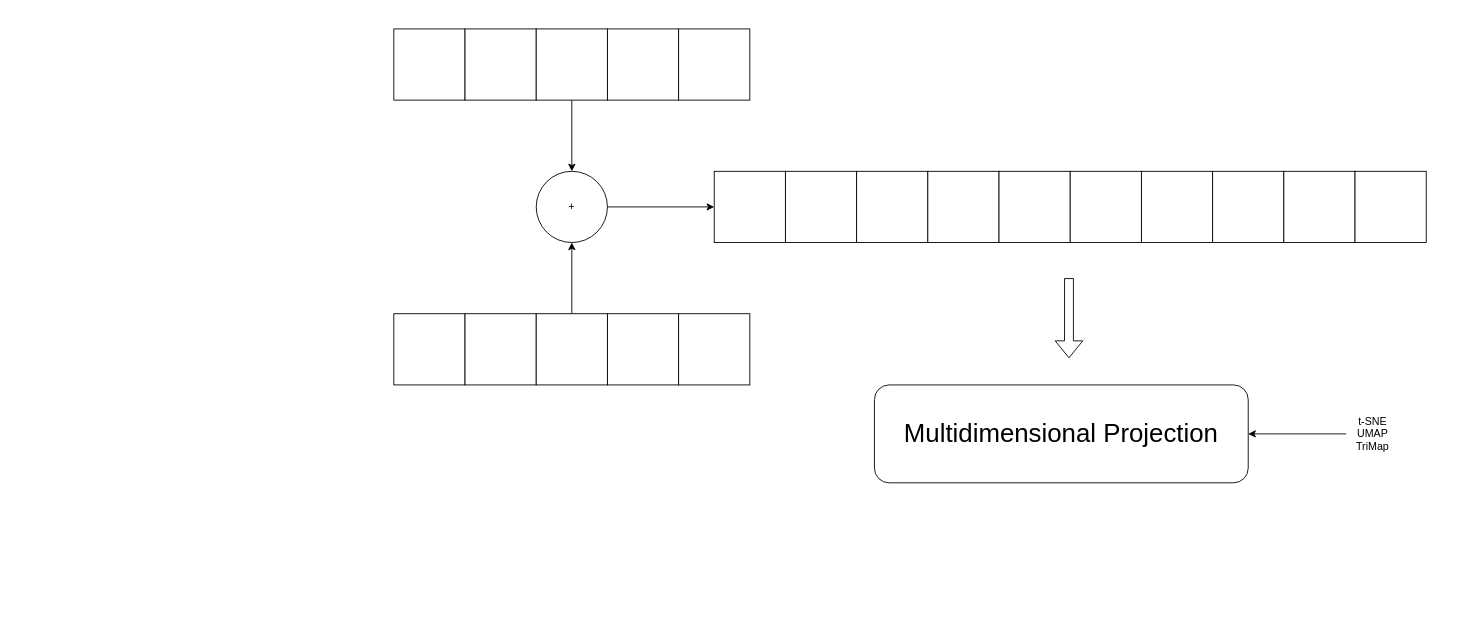
The draw.io diagram projection.drawio in viniciusrpb/drawio_flowcharts, before the edit. Source tidied: cells renumbered, new cells numbered last; positions are measured from the earlier drawing's top-left corner, leaving out a move shared by most shapes. Both pictures are drawn from the tidied source at 89%, with x=0, y=0 at pixel (393, 28).
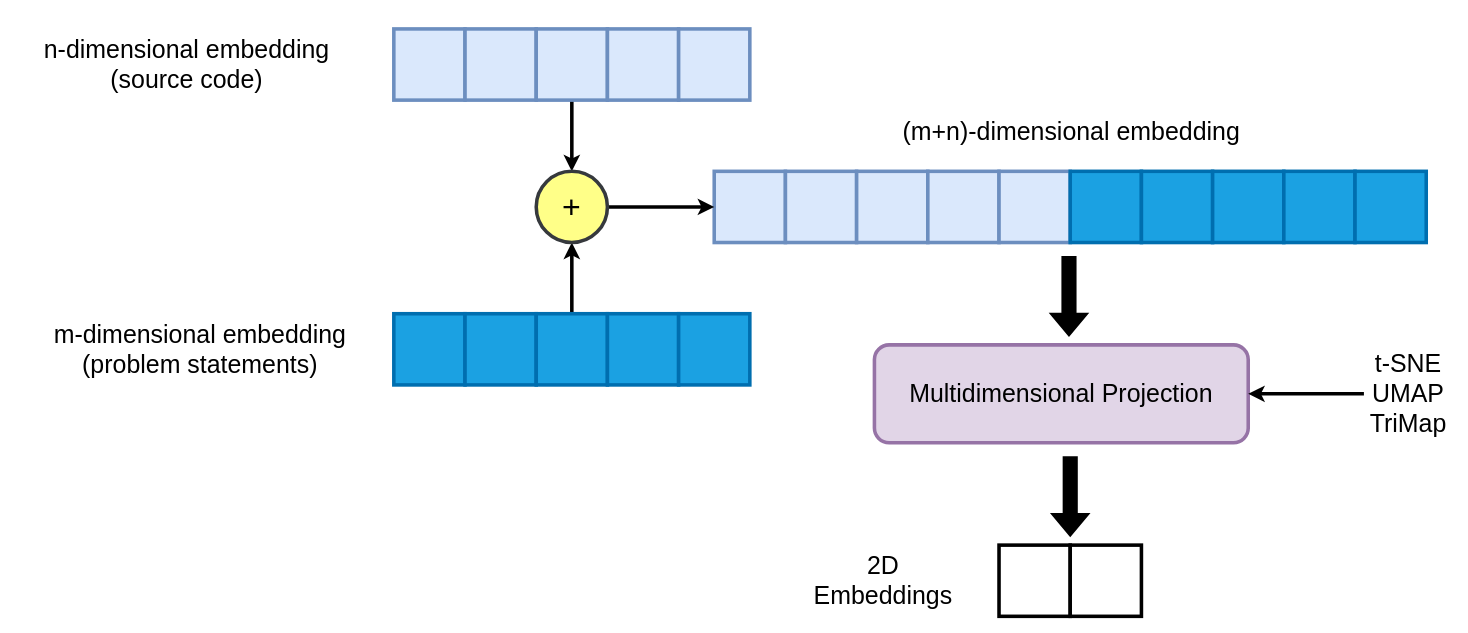
Above is the later version.

Change to the diagram source:
```diff
@@
-    <mxCell id="2" style="whiteSpace=wrap;html=1;" parent="1" vertex="1">
+    <mxCell id="2" style="whiteSpace=wrap;html=1;strokeWidth=4;fillColor=#dae8fc;strokeColor=#6c8ebf;" parent="1" vertex="1">
       <mxGeometry width="80" height="80" as="geometry" />
     </mxCell>
-    <mxCell id="3" style="whiteSpace=wrap;html=1;" parent="1" vertex="1">
+    <mxCell id="3" style="whiteSpace=wrap;html=1;strokeWidth=4;fillColor=#dae8fc;strokeColor=#6c8ebf;" parent="1" vertex="1">
       <mxGeometry x="80" width="80" height="80" as="geometry" />
     </mxCell>
-    <mxCell id="4" style="edgeStyle=orthogonalEdgeStyle;rounded=0;jettySize=auto;html=1;" parent="1" edge="1" source="5" target="20">
+    <mxCell id="4" style="edgeStyle=orthogonalEdgeStyle;rounded=0;jettySize=auto;html=1;strokeWidth=4;" parent="1" edge="1" source="5" target="20">
       <mxGeometry relative="1" as="geometry" />
     </mxCell>
-    <mxCell id="5" style="whiteSpace=wrap;html=1;" parent="1" vertex="1">
+    <mxCell id="5" style="whiteSpace=wrap;html=1;strokeWidth=4;fillColor=#dae8fc;strokeColor=#6c8ebf;" parent="1" vertex="1">
       <mxGeometry x="160" width="80" height="80" as="geometry" />
     </mxCell>
-    <mxCell id="6" style="whiteSpace=wrap;html=1;" parent="1" vertex="1">
+    <mxCell id="6" style="whiteSpace=wrap;html=1;strokeWidth=4;fillColor=#dae8fc;strokeColor=#6c8ebf;" parent="1" vertex="1">
       <mxGeometry x="240" width="80" height="80" as="geometry" />
     </mxCell>
-    <mxCell id="7" style="whiteSpace=wrap;html=1;" parent="1" vertex="1">
+    <mxCell id="7" style="whiteSpace=wrap;html=1;strokeWidth=4;fillColor=#dae8fc;strokeColor=#6c8ebf;" parent="1" vertex="1">
       <mxGeometry x="320" width="80" height="80" as="geometry" />
     </mxCell>
-    <mxCell id="8" style="whiteSpace=wrap;html=1;" parent="1" vertex="1">
+    <mxCell id="8" style="whiteSpace=wrap;html=1;strokeWidth=4;fillColor=#1ba1e2;fontColor=#ffffff;strokeColor=#006EAF;" parent="1" vertex="1">
       <mxGeometry y="320" width="80" height="80" as="geometry" />
     </mxCell>
-    <mxCell id="9" style="whiteSpace=wrap;html=1;" parent="1" vertex="1">
+    <mxCell id="9" style="whiteSpace=wrap;html=1;strokeWidth=4;fillColor=#1ba1e2;fontColor=#ffffff;strokeColor=#006EAF;" parent="1" vertex="1">
       <mxGeometry x="80" y="320" width="80" height="80" as="geometry" />
     </mxCell>
-    <mxCell id="10" style="edgeStyle=orthogonalEdgeStyle;rounded=0;jettySize=auto;html=1;entryX=0.5;entryY=1;entryDx=0;entryDy=0;" parent="1" edge="1" source="11" target="20">
+    <mxCell id="10" style="edgeStyle=orthogonalEdgeStyle;rounded=0;jettySize=auto;html=1;entryX=0.5;entryY=1;entryDx=0;entryDy=0;strokeWidth=4;" parent="1" edge="1" source="11" target="20">
       <mxGeometry relative="1" as="geometry" />
     </mxCell>
-    <mxCell id="11" style="whiteSpace=wrap;html=1;" parent="1" vertex="1">
+    <mxCell id="11" style="whiteSpace=wrap;html=1;strokeWidth=4;fillColor=#1ba1e2;fontColor=#ffffff;strokeColor=#006EAF;" parent="1" vertex="1">
       <mxGeometry x="160" y="320" width="80" height="80" as="geometry" />
     </mxCell>
-    <mxCell id="12" style="whiteSpace=wrap;html=1;" parent="1" vertex="1">
+    <mxCell id="12" style="whiteSpace=wrap;html=1;strokeWidth=4;fillColor=#1ba1e2;fontColor=#ffffff;strokeColor=#006EAF;" parent="1" vertex="1">
       <mxGeometry x="240" y="320" width="80" height="80" as="geometry" />
     </mxCell>
-    <mxCell id="13" style="whiteSpace=wrap;html=1;" parent="1" vertex="1">
+    <mxCell id="13" style="whiteSpace=wrap;html=1;strokeWidth=4;fillColor=#1ba1e2;fontColor=#ffffff;strokeColor=#006EAF;" parent="1" vertex="1">
       <mxGeometry x="320" y="320" width="80" height="80" as="geometry" />
     </mxCell>
-    <mxCell id="14" style="whiteSpace=wrap;html=1;" parent="1" vertex="1">
+    <mxCell id="14" style="whiteSpace=wrap;html=1;strokeWidth=4;fillColor=#dae8fc;strokeColor=#6c8ebf;" parent="1" vertex="1">
       <mxGeometry x="360" y="160" width="80" height="80" as="geometry" />
     </mxCell>
-    <mxCell id="15" style="whiteSpace=wrap;html=1;" parent="1" vertex="1">
+    <mxCell id="15" style="whiteSpace=wrap;html=1;strokeWidth=4;fillColor=#dae8fc;strokeColor=#6c8ebf;" parent="1" vertex="1">
       <mxGeometry x="440" y="160" width="80" height="80" as="geometry" />
     </mxCell>
-    <mxCell id="16" style="whiteSpace=wrap;html=1;" parent="1" vertex="1">
+    <mxCell id="16" style="whiteSpace=wrap;html=1;strokeWidth=4;fillColor=#dae8fc;strokeColor=#6c8ebf;" parent="1" vertex="1">
       <mxGeometry x="520" y="160" width="80" height="80" as="geometry" />
     </mxCell>
-    <mxCell id="17" style="whiteSpace=wrap;html=1;" parent="1" vertex="1">
+    <mxCell id="17" style="whiteSpace=wrap;html=1;strokeWidth=4;fillColor=#dae8fc;strokeColor=#6c8ebf;" parent="1" vertex="1">
       <mxGeometry x="600" y="160" width="80" height="80" as="geometry" />
     </mxCell>
-    <mxCell id="18" style="whiteSpace=wrap;html=1;" parent="1" vertex="1">
+    <mxCell id="18" style="whiteSpace=wrap;html=1;strokeWidth=4;fillColor=#dae8fc;strokeColor=#6c8ebf;" parent="1" vertex="1">
       <mxGeometry x="680" y="160" width="80" height="80" as="geometry" />
     </mxCell>
-    <mxCell id="19" style="edgeStyle=orthogonalEdgeStyle;rounded=0;jettySize=auto;html=1;entryX=0;entryY=0.5;entryDx=0;entryDy=0;" parent="1" edge="1" source="20" target="14">
+    <mxCell id="19" style="edgeStyle=orthogonalEdgeStyle;rounded=0;jettySize=auto;html=1;entryX=0;entryY=0.5;entryDx=0;entryDy=0;strokeWidth=4;" parent="1" edge="1" source="20" target="14">
       <mxGeometry relative="1" as="geometry" />
     </mxCell>
-    <mxCell id="20" value="+" style="ellipse;whiteSpace=wrap;html=1;shapeInside=1;" parent="1" vertex="1">
+    <mxCell id="20" value="+" style="ellipse;whiteSpace=wrap;html=1;shapeInside=1;strokeWidth=4;fillColor=#ffff88;strokeColor=#36393d;fontSize=36;" parent="1" vertex="1">
       <mxGeometry x="160" y="160" width="80" height="80" as="geometry" />
     </mxCell>
-    <mxCell id="21" style="whiteSpace=wrap;html=1;" parent="1" vertex="1">
+    <mxCell id="21" style="whiteSpace=wrap;html=1;strokeWidth=4;fillColor=#1ba1e2;fontColor=#ffffff;strokeColor=#006EAF;" parent="1" vertex="1">
       <mxGeometry x="760" y="160" width="80" height="80" as="geometry" />
     </mxCell>
-    <mxCell id="22" style="whiteSpace=wrap;html=1;" parent="1" vertex="1">
+    <mxCell id="22" style="whiteSpace=wrap;html=1;strokeWidth=4;fillColor=#1ba1e2;fontColor=#ffffff;strokeColor=#006EAF;" parent="1" vertex="1">
       <mxGeometry x="840" y="160" width="80" height="80" as="geometry" />
     </mxCell>
-    <mxCell id="23" style="whiteSpace=wrap;html=1;" parent="1" vertex="1">
+    <mxCell id="23" style="whiteSpace=wrap;html=1;strokeWidth=4;fillColor=#1ba1e2;fontColor=#ffffff;strokeColor=#006EAF;" parent="1" vertex="1">
       <mxGeometry x="920" y="160" width="80" height="80" as="geometry" />
     </mxCell>
-    <mxCell id="24" style="whiteSpace=wrap;html=1;" parent="1" vertex="1">
+    <mxCell id="24" style="whiteSpace=wrap;html=1;strokeWidth=4;fillColor=#1ba1e2;fontColor=#ffffff;strokeColor=#006EAF;" parent="1" vertex="1">
       <mxGeometry x="1000" y="160" width="80" height="80" as="geometry" />
     </mxCell>
-    <mxCell id="25" style="whiteSpace=wrap;html=1;" parent="1" vertex="1">
+    <mxCell id="25" style="whiteSpace=wrap;html=1;strokeWidth=4;fillColor=#1ba1e2;fontColor=#ffffff;strokeColor=#006EAF;" parent="1" vertex="1">
       <mxGeometry x="1080" y="160" width="80" height="80" as="geometry" />
     </mxCell>
-    <mxCell id="26" style="shape=flexArrow;endArrow=classic;html=1;rounded=0;" parent="1" edge="1">
+    <mxCell id="26" style="shape=flexArrow;endArrow=classic;html=1;rounded=0;strokeWidth=4;fillColor=#000000;" parent="1" edge="1">
       <mxGeometry relative="1" as="geometry">
-        <mxPoint x="758.6" y="280" as="sourcePoint" />
-        <mxPoint x="758.6" y="370" as="targetPoint" />
+        <mxPoint x="758.6" y="255" as="sourcePoint" />
+        <mxPoint x="758.6" y="345" as="targetPoint" />
       </mxGeometry>
     </mxCell>
-    <mxCell id="27" value="Multidimensional Projection" style="rounded=1;whiteSpace=wrap;html=1;fontSize=29;" parent="1" vertex="1">
-      <mxGeometry x="540" y="400" width="420" height="110" as="geometry" />
+    <mxCell id="27" value="&lt;font style=&quot;font-size: 28px;&quot;&gt;Multidimensional Projection&lt;/font&gt;" style="rounded=1;whiteSpace=wrap;html=1;fontSize=29;strokeWidth=4;fillColor=#e1d5e7;strokeColor=#9673a6;" parent="1" vertex="1">
+      <mxGeometry x="540" y="355" width="420" height="110" as="geometry" />
     </mxCell>
-    <mxCell id="28" style="edgeStyle=orthogonalEdgeStyle;rounded=0;jettySize=auto;html=1;entryX=1;entryY=0.5;entryDx=0;entryDy=0;" parent="1" edge="1" source="29" target="27">
+    <mxCell id="28" style="edgeStyle=orthogonalEdgeStyle;rounded=0;jettySize=auto;html=1;entryX=1;entryY=0.5;entryDx=0;entryDy=0;strokeWidth=4;" parent="1" edge="1" source="29" target="27">
       <mxGeometry relative="1" as="geometry" />
     </mxCell>
-    <mxCell id="29" value="t-SNE&lt;div&gt;UMAP&lt;/div&gt;&lt;div&gt;TriMap&lt;/div&gt;" style="text;html=1;whiteSpace=wrap;strokeColor=none;fillColor=none;align=center;verticalAlign=middle;rounded=0;" parent="1" vertex="1">
-      <mxGeometry x="1070" y="410" width="60" height="90" as="geometry" />
+    <mxCell id="29" value="t-SNE&lt;div&gt;UMAP&lt;/div&gt;&lt;div&gt;TriMap&lt;/div&gt;" style="text;html=1;whiteSpace=wrap;strokeColor=none;fillColor=none;align=center;verticalAlign=middle;rounded=0;fontSize=28;strokeWidth=4;" parent="1" vertex="1">
+      <mxGeometry x="1090" y="350" width="100" height="120" as="geometry" />
     </mxCell>
+    <mxCell id="30" style="shape=flexArrow;endArrow=classic;html=1;rounded=0;strokeWidth=4;fillColor=#000000;" parent="1" edge="1">
+      <mxGeometry relative="1" as="geometry">
+        <mxPoint x="760" y="480" as="sourcePoint" />
+        <mxPoint x="760" y="570" as="targetPoint" />
+      </mxGeometry>
+    </mxCell>
+    <mxCell id="31" style="whiteSpace=wrap;html=1;strokeWidth=4;" parent="1" vertex="1">
+      <mxGeometry x="680" y="580" width="80" height="80" as="geometry" />
+    </mxCell>
+    <mxCell id="32" style="whiteSpace=wrap;html=1;strokeWidth=4;" parent="1" vertex="1">
+      <mxGeometry x="760" y="580" width="80" height="80" as="geometry" />
+    </mxCell>
+    <mxCell id="33" value="2D Embeddings" style="text;html=1;whiteSpace=wrap;strokeColor=none;fillColor=none;align=center;verticalAlign=middle;rounded=0;fontSize=28;" parent="1" vertex="1">
+      <mxGeometry x="510" y="605" width="80" height="30" as="geometry" />
+    </mxCell>
+    <mxCell id="34" value="(m+n)-dimensional embedding" style="text;html=1;whiteSpace=wrap;strokeColor=none;fillColor=none;align=center;verticalAlign=middle;rounded=0;fontSize=28;" parent="1" vertex="1">
+      <mxGeometry x="510" y="60" width="502.5" height="110" as="geometry" />
+    </mxCell>
+    <mxCell id="35" value="m-dimensional embedding&lt;div&gt;(problem statements)&lt;/div&gt;" style="text;html=1;whiteSpace=wrap;strokeColor=none;fillColor=none;align=center;verticalAlign=middle;rounded=0;fontSize=28;" parent="1" vertex="1">
+      <mxGeometry x="-410" y="305" width="385" height="110" as="geometry" />
+    </mxCell>
+    <mxCell id="36" value="n-dimensional embedding&lt;div&gt;(source code)&lt;/div&gt;" style="text;html=1;whiteSpace=wrap;strokeColor=none;fillColor=none;align=center;verticalAlign=middle;rounded=0;fontSize=28;" parent="1" vertex="1">
+      <mxGeometry x="-425" y="-15" width="385" height="110" as="geometry" />
+    </mxCell>
```
